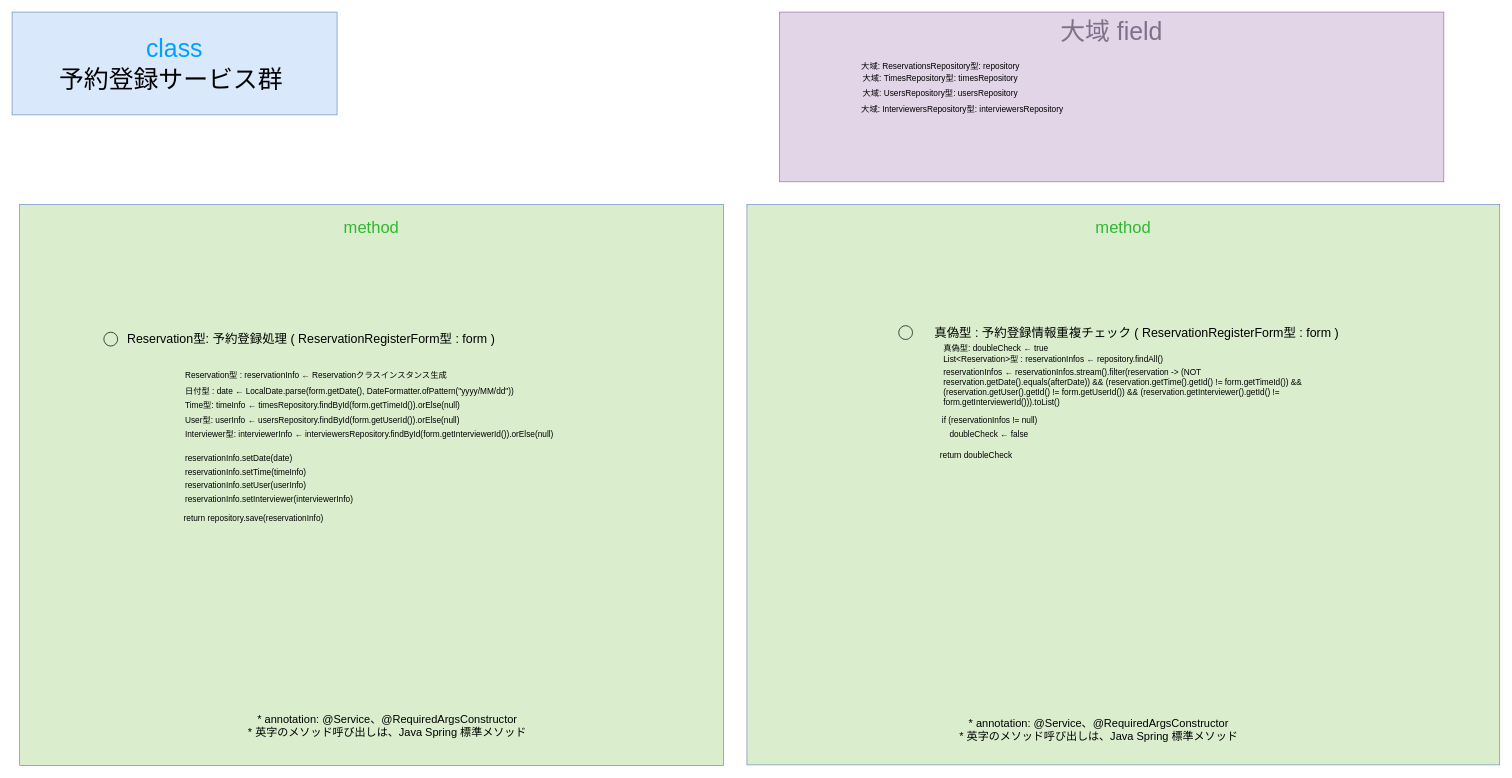
The draw.io diagram gijigengo/service/user/meeting_reservation_sys service_user ReservationRegisterService クラス 疑似言語.drawio in tro319/meeting_reservation_system, before the edit. Source tidied: cells renumbered, new cells numbered last; positions are measured from the earlier drawing's top-left corner, leaving out a move shared by most shapes. Both pictures are drawn from the tidied source at 69%, with x=0, y=0 at pixel (12, 12).
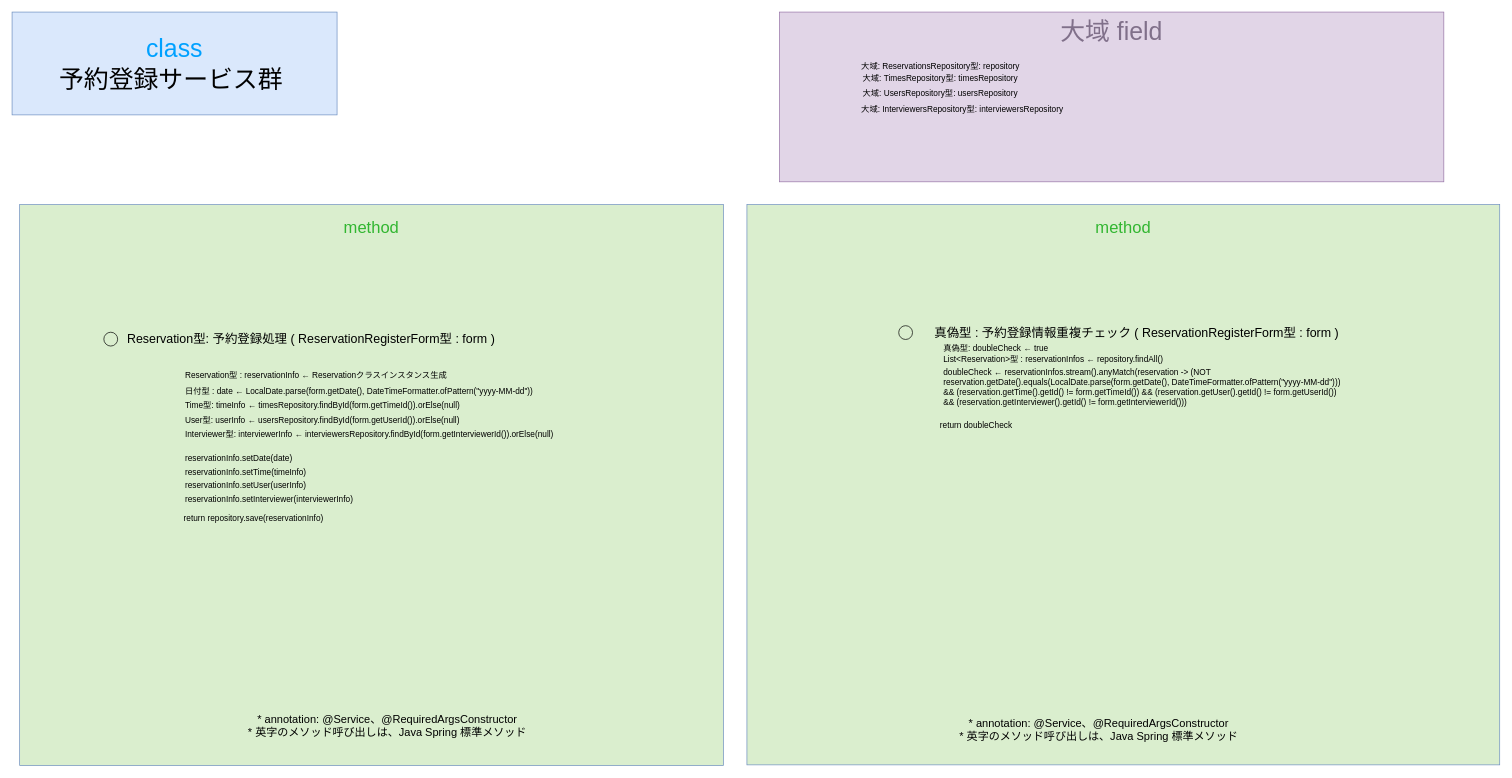
The same page after the edit.

Change to the diagram source:
```diff
@@
-    <mxCell id="12" value="&lt;div&gt;&lt;span style=&quot;color: rgb(0, 0, 0);&quot;&gt;&lt;font&gt;日付型 : date ← LocalDate.parse(form.getDate(), DateFormatter.ofPattern(&quot;yyyy/MM/dd&quot;))&lt;/font&gt;&lt;/span&gt;&lt;/div&gt;" style="text;html=1;whiteSpace=wrap;strokeColor=none;fillColor=none;align=left;verticalAlign=middle;rounded=0;fontSize=12;" parent="1" vertex="1">
+    <mxCell id="12" value="&lt;div&gt;&lt;span style=&quot;color: rgb(0, 0, 0);&quot;&gt;&lt;font&gt;日付型 : date ← LocalDate.parse(form.getDate(), DateTimeFormatter.ofPattern(&quot;yyyy-MM-dd&quot;))&lt;/font&gt;&lt;/span&gt;&lt;/div&gt;" style="text;html=1;whiteSpace=wrap;strokeColor=none;fillColor=none;align=left;verticalAlign=middle;rounded=0;fontSize=12;" parent="1" vertex="1">
       <mxGeometry x="249" y="535" width="590" height="30" as="geometry" />
     </mxCell>
@@
     <mxCell id="14" value="return doubleCheck" style="text;html=1;whiteSpace=wrap;strokeColor=none;fillColor=none;align=left;verticalAlign=middle;rounded=0;" parent="1" vertex="1">
-      <mxGeometry x="1343" y="628" width="590" height="30" as="geometry" />
+      <mxGeometry x="1343" y="585" width="590" height="30" as="geometry" />
     </mxCell>
@@
-    <mxCell id="29" value="&lt;div&gt;&lt;span style=&quot;color: rgb(0, 0, 0);&quot;&gt;&lt;font&gt;reservationInfos ← reservationInfos.stream().filter(reservation -&amp;gt; (NOT reservation.getDate().equals(afterDate)) &amp;amp;&amp;amp; (reservation.getTime().getId() != form.getTimeId()) &amp;amp;&amp;amp; (reservation.getUser().getId() != form.getUserId()) &amp;amp;&amp;amp; (reservation.getInterviewer().getId() != form.getInterviewerId())).toList()&lt;/font&gt;&lt;/span&gt;&lt;/div&gt;" style="text;html=1;whiteSpace=wrap;strokeColor=none;fillColor=none;align=left;verticalAlign=middle;rounded=0;fontSize=12;" parent="1" vertex="1">
+    <mxCell id="29" value="&lt;div&gt;&lt;span style=&quot;color: rgb(0, 0, 0);&quot;&gt;&lt;font&gt;doubleCheck ← reservationInfos.stream().anyMatch(reservation -&amp;gt; (NOT reservation.getDate().equals(LocalDate.parse(form.getDate(), DateTimeFormatter.ofPattern(&quot;yyyy-MM-dd&quot;))) &amp;amp;&amp;amp; (reservation.getTime().getId() != form.getTimeId()) &amp;amp;&amp;amp; (reservation.getUser().getId() != form.getUserId()) &amp;amp;&amp;amp; (reservation.getInterviewer().getId() != form.getInterviewerId()))&lt;/font&gt;&lt;/span&gt;&lt;/div&gt;" style="text;html=1;whiteSpace=wrap;strokeColor=none;fillColor=none;align=left;verticalAlign=middle;rounded=0;fontSize=12;" parent="1" vertex="1">
       <mxGeometry x="1348" y="529" width="590" height="30" as="geometry" />
     </mxCell>
-    <mxCell id="30" value="if (reservationInfos != null)" style="text;html=1;whiteSpace=wrap;strokeColor=none;fillColor=none;align=left;verticalAlign=middle;rounded=0;fontSize=12;" parent="1" vertex="1">
-      <mxGeometry x="1346" y="576.5" width="590" height="30" as="geometry" />
-    </mxCell>
-    <mxCell id="31" value="doubleCheck ← false" style="text;html=1;whiteSpace=wrap;strokeColor=none;fillColor=none;align=left;verticalAlign=middle;rounded=0;fontSize=12;" parent="1" vertex="1">
-      <mxGeometry x="1357" y="598" width="590" height="30" as="geometry" />
-    </mxCell>
```
